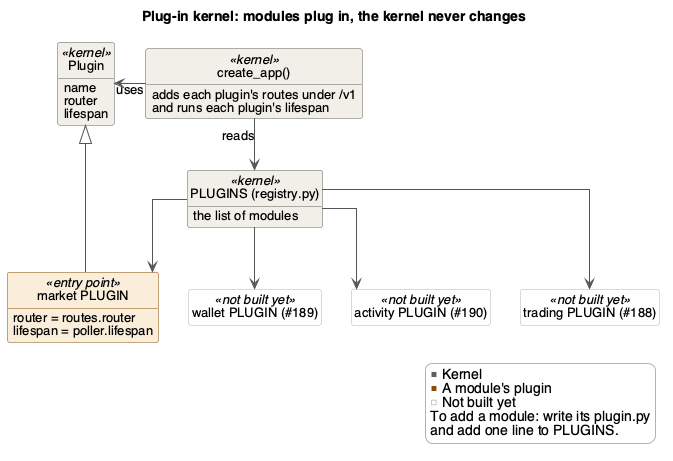
davislenover/BurnNEarn keeps this PlantUML diagram as docs/Design/SoftArchitecture/figures/plugin-kernel.png. Above is the earlier version.
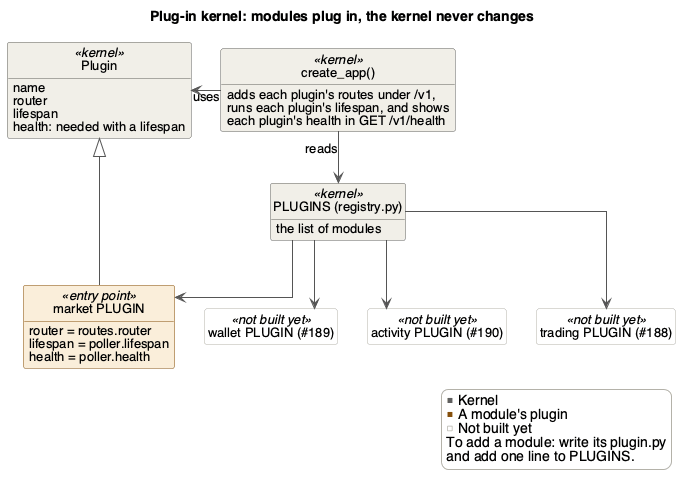
Above is the later version.

Diff of the diagram source:
```diff
@@ -3,8 +3,9 @@
 title Plug-in kernel: modules plug in, the kernel never changes
 
 class "create_app()" as create_app <<kernel>> {
-  adds each plugin's routes under /v1
-  and runs each plugin's lifespan
+  adds each plugin's routes under /v1,
+  runs each plugin's lifespan, and shows
+  each plugin's health in GET /v1/health
 }
 class "PLUGINS (registry.py)" as registry <<kernel>> {
   the list of modules
@@ -13,11 +14,13 @@
   name
   router
   lifespan
+  health: needed with a lifespan
 }
 
 class "market PLUGIN" as market <<entry point>> {
   router = routes.router
   lifespan = poller.lifespan
+  health = poller.health
 }
 class "wallet PLUGIN (#189)" as wallet <<not built yet>>
 class "activity PLUGIN (#190)" as activity <<not built yet>>
```
